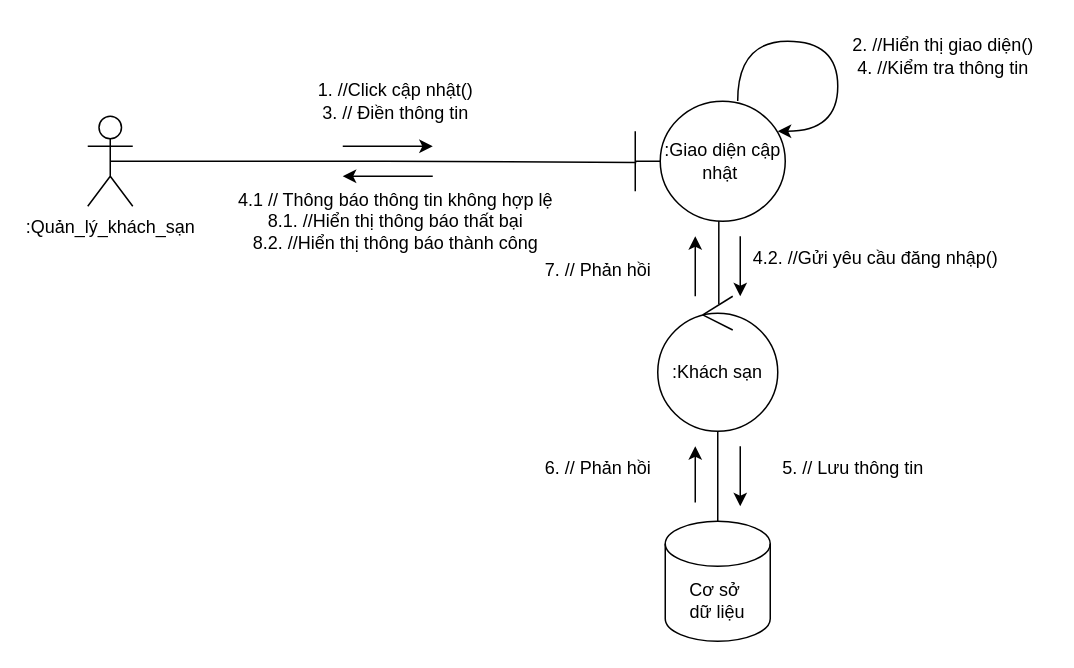
Before: hotel_collab.drawio in tenmo2003/OOAD, a draw.io diagram. Source tidied: cells renumbered, new cells numbered last; positions are measured from the earlier drawing's top-left corner, leaving out a move shared by most shapes. Both pictures are drawn from the tidied source at 150%, with x=0, y=0 at pixel (87, 26).
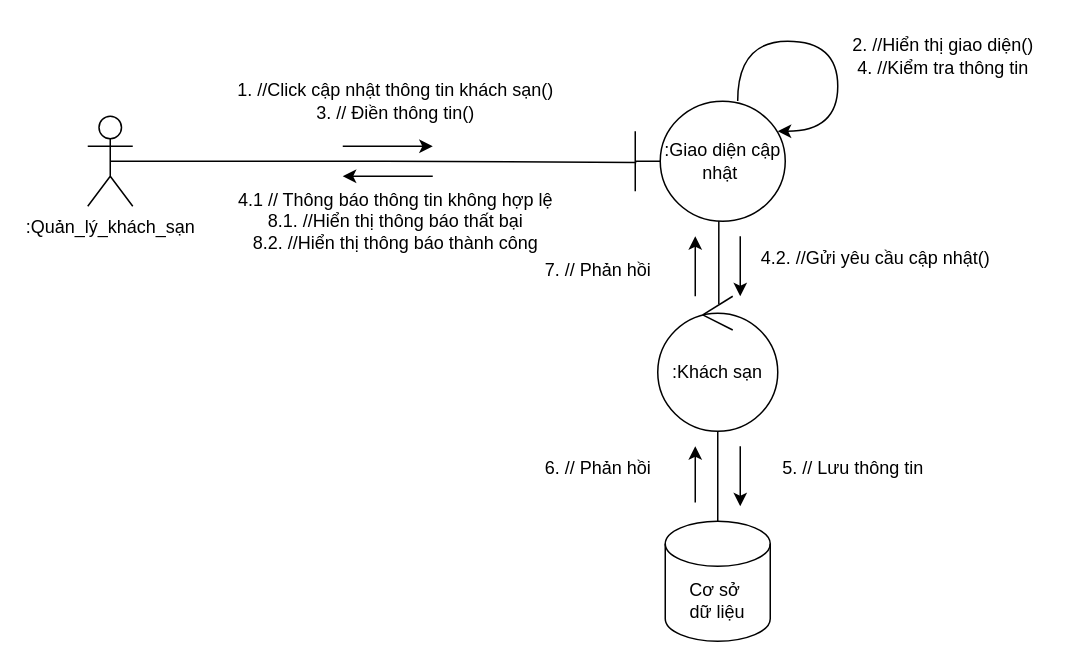
After the change.

The edit, as a diff of the source:
```diff
@@
-    <mxCell id="4" value="&lt;span id=&quot;selected_text&quot;&gt;&lt;/span&gt;1. //Click cập nhật()&lt;div&gt;3. // Điền thông tin&lt;/div&gt;" style="text;html=1;align=center;verticalAlign=middle;strokeColor=none;fillColor=none;" parent="1" vertex="1">
-      <mxGeometry x="140" y="30" width="130" height="40" as="geometry" />
+    <mxCell id="4" value="&lt;span id=&quot;selected_text&quot;&gt;&lt;/span&gt;&lt;span id=&quot;selected_text&quot;&gt;&lt;/span&gt;&lt;span id=&quot;selected_text&quot;&gt;&lt;/span&gt;1. //Click cập nhật thông tin khách sạn()&lt;div&gt;3. // Điền thông tin()&lt;/div&gt;" style="text;html=1;align=center;verticalAlign=middle;strokeColor=none;fillColor=none;" parent="1" vertex="1">
+      <mxGeometry x="90" y="30" width="230" height="40" as="geometry" />
     </mxCell>
@@
-    <mxCell id="8" value="&lt;span id=&quot;selected_text&quot;&gt;&lt;/span&gt;4.2. //Gửi yêu cầu đăng nhập()" style="text;html=1;align=center;verticalAlign=middle;strokeColor=none;fillColor=none;" parent="1" vertex="1">
-      <mxGeometry x="430" y="140" width="190" height="30" as="geometry" />
+    <mxCell id="8" value="&lt;span id=&quot;selected_text&quot;&gt;&lt;/span&gt;&lt;span id=&quot;selected_text&quot;&gt;&lt;/span&gt;&lt;span id=&quot;selected_text&quot;&gt;&lt;/span&gt;4.2. //Gửi yêu cầu &lt;span id=&quot;selected_text&quot;&gt;&lt;/span&gt;&lt;span id=&quot;selected_text&quot;&gt;&lt;/span&gt;cập nhật()" style="text;html=1;align=center;verticalAlign=middle;strokeColor=none;fillColor=none;" parent="1" vertex="1">
+      <mxGeometry x="435" y="140" width="180" height="30" as="geometry" />
     </mxCell>
```
